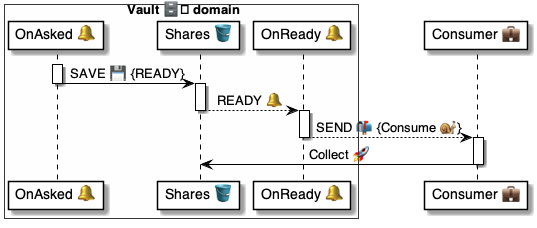
The PlantUML diagram 4 ⚙️ Solution/41 🎭 Domain Roles/Vaults 🗄️/🗄️🪣 Vault tables/Shares 💼 table/🪣🔔 3 Ready/🗄️ OnShareReady ⚙️ uml.png in pollyweb-org/pollyweb-docs, before a commit. Its source is kept beside it as 4 ⚙️ Solution/41 🎭 Domain Roles/Vaults 🗄️/🗄️🪣 Vault tables/Shares 💼 table/🪣🔔 3 Ready/🗄️ OnShareReady ⚙️ uml.puml. The source it was exported from:
```plantuml
@startuml OnCollectReady

box Vault 🗄️ domain #FFFFFA
    participant "OnAsked 🔔" as script
    participant "Shares 🪣" as shares
    participant "OnReady 🔔" as ready
end box
participant "Consumer 💼" as consumer


activate script
    script -> shares: SAVE 💾 {READY}
deactivate script

activate shares
    shares --> ready: READY 🔔
deactivate shares

activate ready
    ready --> consumer: SEND 📬 {Consume 🐌}
deactivate ready

activate consumer
    consumer -> shares: Collect 🚀
deactivate consumer

@enduml
```
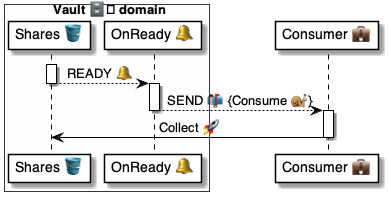
The same diagram one commit later.

Diff of the diagram source:
```diff
@@ -1,16 +1,11 @@
 @startuml OnCollectReady
 
 box Vault 🗄️ domain #FFFFFA
-    participant "OnAsked 🔔" as script
     participant "Shares 🪣" as shares
     participant "OnReady 🔔" as ready
 end box
 participant "Consumer 💼" as consumer
 
-
-activate script
-    script -> shares: SAVE 💾 {READY}
-deactivate script
 
 activate shares
     shares --> ready: READY 🔔
```
